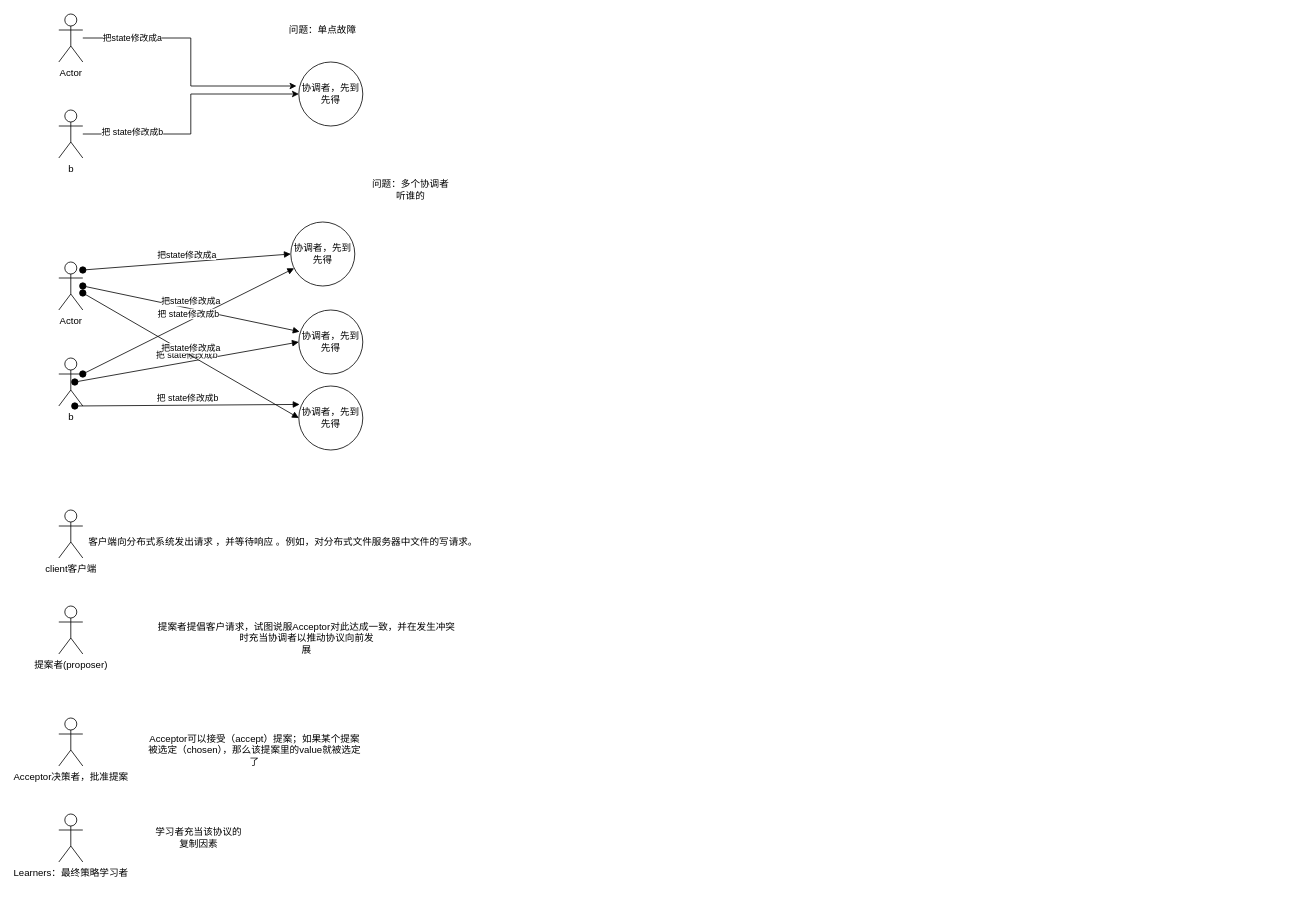
qinhaohao1114/my-draw keeps this draw.io diagram as Untitled paxos.drawio. Above is the earlier version. Source tidied: cells renumbered, new cells numbered last; positions are measured from the earlier drawing's top-left corner, leaving out a move shared by most shapes. Both pictures are drawn from the tidied source at 80%, with x=0, y=0 at pixel (58, 14).
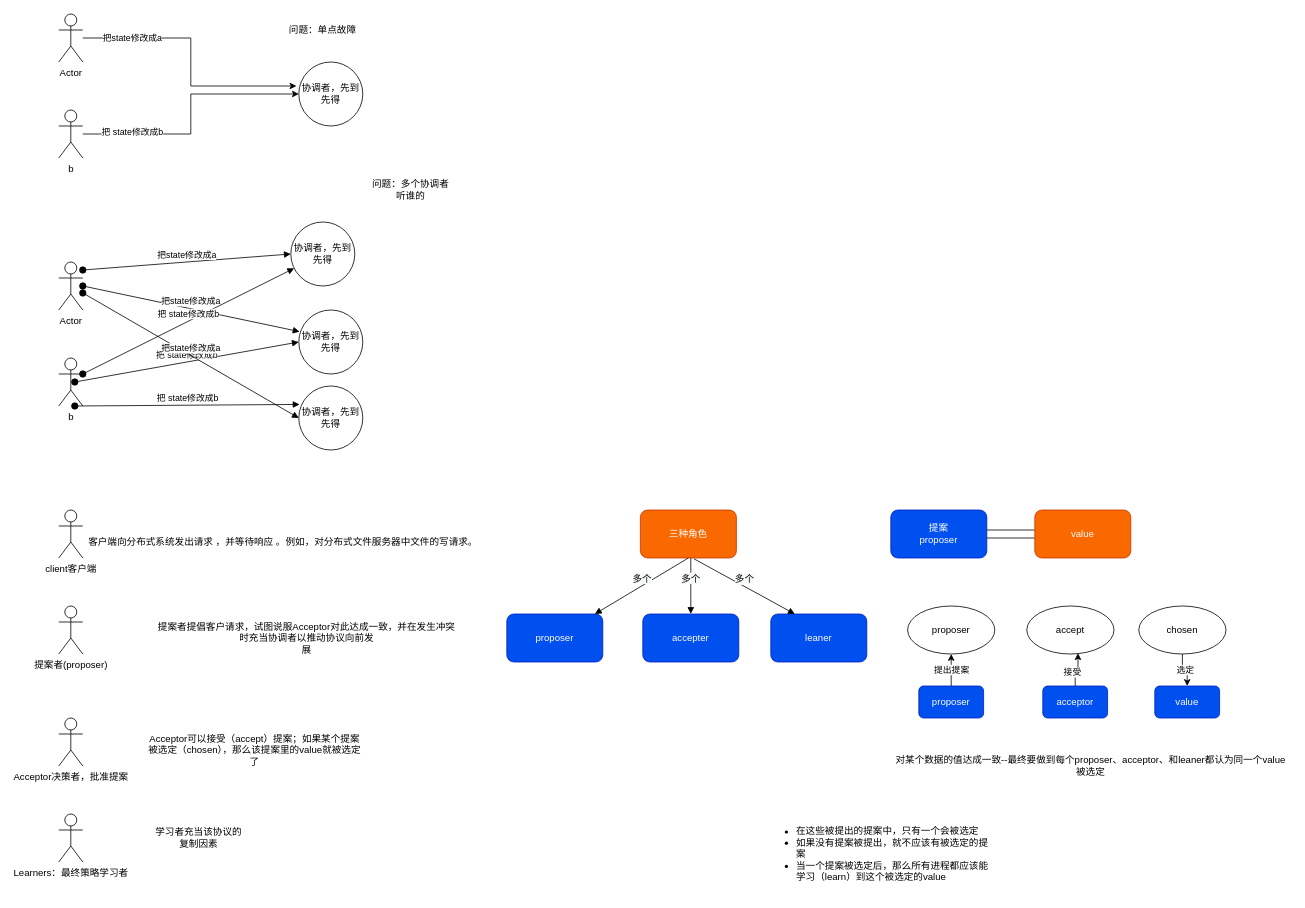
After the change.

Diff of the diagram source:
```diff
@@
+    <mxCell id="30" value="三种角色" style="rounded=1;whiteSpace=wrap;html=1;fillColor=#fa6800;strokeColor=#C73500;fontColor=#ffffff;" parent="1" vertex="1">
+      <mxGeometry x="727" y="620" width="120" height="60" as="geometry" />
+    </mxCell>
+    <mxCell id="31" value="proposer" style="rounded=1;whiteSpace=wrap;html=1;fillColor=#0050ef;strokeColor=#001DBC;fontColor=#ffffff;" parent="1" vertex="1">
+      <mxGeometry x="560" y="750" width="120" height="60" as="geometry" />
+    </mxCell>
+    <mxCell id="32" value="accepter" style="rounded=1;whiteSpace=wrap;html=1;fillColor=#0050ef;strokeColor=#001DBC;fontColor=#ffffff;" parent="1" vertex="1">
+      <mxGeometry x="730" y="750" width="120" height="60" as="geometry" />
+    </mxCell>
+    <mxCell id="33" value="leaner" style="rounded=1;whiteSpace=wrap;html=1;fillColor=#0050ef;strokeColor=#001DBC;fontColor=#ffffff;" parent="1" vertex="1">
+      <mxGeometry x="890" y="750" width="120" height="60" as="geometry" />
+    </mxCell>
+    <mxCell id="34" value="&lt;span style=&quot;font-size: 12px ; background-color: rgb(248 , 249 , 250)&quot;&gt;多个&lt;/span&gt;" style="html=1;verticalAlign=bottom;endArrow=block;exitX=0.5;exitY=1;exitDx=0;exitDy=0;" parent="1" edge="1" source="30" target="31">
+      <mxGeometry relative="1" as="geometry" />
+    </mxCell>
+    <mxCell id="35" value="&lt;span style=&quot;font-size: 12px ; background-color: rgb(248 , 249 , 250)&quot;&gt;多个&lt;/span&gt;" style="html=1;verticalAlign=bottom;endArrow=block;entryX=0.5;entryY=0;entryDx=0;entryDy=0;" parent="1" edge="1" target="32">
+      <mxGeometry relative="1" as="geometry">
+        <mxPoint x="790" y="680" as="sourcePoint" />
+      </mxGeometry>
+    </mxCell>
+    <mxCell id="36" value="&lt;span style=&quot;font-size: 12px ; background-color: rgb(248 , 249 , 250)&quot;&gt;多个&lt;/span&gt;" style="html=1;verticalAlign=bottom;endArrow=block;entryX=0.25;entryY=0;entryDx=0;entryDy=0;exitX=0.558;exitY=1.017;exitDx=0;exitDy=0;exitPerimeter=0;" parent="1" edge="1" source="30" target="33">
+      <mxGeometry relative="1" as="geometry" />
+    </mxCell>
+    <mxCell id="37" value="提案&lt;br&gt;proposer" style="rounded=1;whiteSpace=wrap;html=1;fillColor=#0050ef;strokeColor=#001DBC;fontColor=#ffffff;" parent="1" vertex="1">
+      <mxGeometry x="1040" y="620" width="120" height="60" as="geometry" />
+    </mxCell>
+    <mxCell id="38" style="line;strokeWidth=1;dashed=0;labelPosition=right;align=left;verticalAlign=middle;spacingTop=0;spacingLeft=6;" parent="1" vertex="1">
+      <mxGeometry x="1160" y="640" width="60" height="10" as="geometry" />
+    </mxCell>
+    <mxCell id="39" style="line;strokeWidth=1;dashed=0;labelPosition=right;align=left;verticalAlign=middle;spacingTop=0;spacingLeft=6;" parent="1" vertex="1">
+      <mxGeometry x="1160" y="650" width="60" height="10" as="geometry" />
+    </mxCell>
+    <mxCell id="40" value="value" style="rounded=1;whiteSpace=wrap;html=1;fillColor=#fa6800;strokeColor=#C73500;fontColor=#ffffff;" parent="1" vertex="1">
+      <mxGeometry x="1220" y="620" width="120" height="60" as="geometry" />
+    </mxCell>
+    <mxCell id="41" value="proposer" style="ellipse;whiteSpace=wrap;html=1;" parent="1" vertex="1">
+      <mxGeometry x="1061" y="740" width="109" height="60" as="geometry" />
+    </mxCell>
+    <mxCell id="42" value="accept" style="ellipse;whiteSpace=wrap;html=1;" parent="1" vertex="1">
+      <mxGeometry x="1210" y="740" width="109" height="60" as="geometry" />
+    </mxCell>
+    <mxCell id="43" value="选定" style="edgeStyle=orthogonalEdgeStyle;rounded=0;jettySize=auto;html=1;" parent="1" edge="1" source="44" target="50">
+      <mxGeometry relative="1" as="geometry" />
+    </mxCell>
+    <mxCell id="44" value="chosen" style="ellipse;whiteSpace=wrap;html=1;" parent="1" vertex="1">
+      <mxGeometry x="1350" y="740" width="109" height="60" as="geometry" />
+    </mxCell>
+    <mxCell id="45" value="提出提案" style="edgeStyle=orthogonalEdgeStyle;rounded=0;jettySize=auto;html=1;" parent="1" edge="1" source="46" target="41">
+      <mxGeometry relative="1" as="geometry" />
+    </mxCell>
+    <mxCell id="46" value="proposer" style="rounded=1;whiteSpace=wrap;html=1;fillColor=#0050ef;strokeColor=#001DBC;fontColor=#ffffff;" parent="1" vertex="1">
+      <mxGeometry x="1075" y="840" width="81" height="40" as="geometry" />
+    </mxCell>
+    <mxCell id="47" style="edgeStyle=orthogonalEdgeStyle;rounded=0;jettySize=auto;html=1;exitX=0.5;exitY=0;exitDx=0;exitDy=0;entryX=0.587;entryY=0.983;entryDx=0;entryDy=0;entryPerimeter=0;" parent="1" edge="1" source="49" target="42">
+      <mxGeometry relative="1" as="geometry" />
+    </mxCell>
+    <mxCell id="48" value="接受" style="edgeLabel;html=1;align=center;verticalAlign=middle;" parent="47" vertex="1">
+      <mxGeometry x="-0.19" y="5" relative="1" as="geometry">
+        <mxPoint x="1" as="offset" />
+      </mxGeometry>
+    </mxCell>
+    <mxCell id="49" value="acceptor" style="rounded=1;whiteSpace=wrap;html=1;fillColor=#0050ef;strokeColor=#001DBC;fontColor=#ffffff;" parent="1" vertex="1">
+      <mxGeometry x="1230" y="840" width="81" height="40" as="geometry" />
+    </mxCell>
+    <mxCell id="50" value="value" style="rounded=1;whiteSpace=wrap;html=1;fillColor=#0050ef;strokeColor=#001DBC;fontColor=#ffffff;" parent="1" vertex="1">
+      <mxGeometry x="1370" y="840" width="81" height="40" as="geometry" />
+    </mxCell>
+    <mxCell id="51" value="对某个数据的值达成一致--最终要做到每个proposer、acceptor、和leaner都认为同一个value被选定" style="text;html=1;strokeColor=none;fillColor=none;align=center;verticalAlign=middle;whiteSpace=wrap;rounded=0;" parent="1" vertex="1">
+      <mxGeometry x="1040" y="930" width="500" height="20" as="geometry" />
+    </mxCell>
+    <mxCell id="52" value="&lt;ul&gt;&lt;li&gt;在这些被提出的提案中，只有一个会被选定&lt;/li&gt;&lt;li&gt;如果没有提案被提出，就不应该有被选定的提案&lt;br&gt;&lt;/li&gt;&lt;li&gt;当一个提案被选定后，那么所有进程都应该能学习（learn）到这个被选定的value&lt;br&gt;&lt;/li&gt;&lt;/ul&gt;" style="text;strokeColor=none;fillColor=none;html=1;whiteSpace=wrap;verticalAlign=middle;overflow=hidden;" parent="1" vertex="1">
+      <mxGeometry x="880" y="1000" width="290" height="100" as="geometry" />
+    </mxCell>
```
